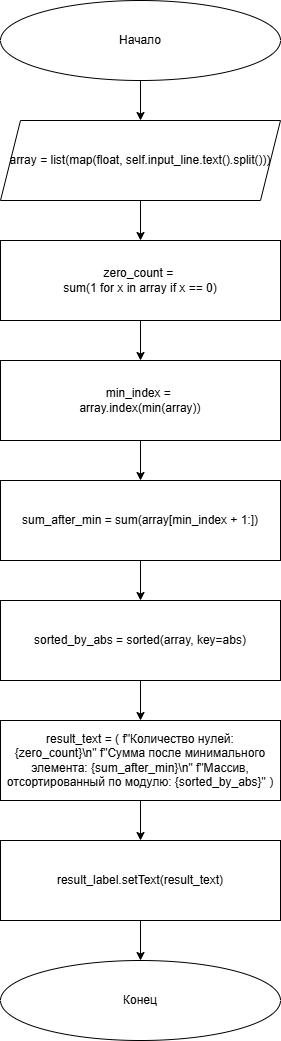
This is PR2/Задание 1/src/block.drawio.png from qniman/UP01_DONE, a draw.io export, as it was before one commit. Source tidied: cells renumbered, new cells last; positions are measured from the earlier drawing's top-left corner, leaving out a move shared by most shapes. Source of this version:
```xml
<mxGraphModel>
  <root>
    <mxCell id="0" />
    <mxCell id="1" parent="0" />
    <mxCell id="2" style="edgeStyle=orthogonalEdgeStyle;rounded=0;jettySize=auto;html=1;" parent="1" edge="1" source="3" target="5">
      <mxGeometry relative="1" as="geometry" />
    </mxCell>
    <mxCell id="3" value="Начало" style="ellipse;whiteSpace=wrap;html=1;" parent="1" vertex="1">
      <mxGeometry width="280" height="80" as="geometry" />
    </mxCell>
    <mxCell id="4" style="edgeStyle=orthogonalEdgeStyle;rounded=0;jettySize=auto;html=1;" parent="1" edge="1" source="5" target="7">
      <mxGeometry relative="1" as="geometry" />
    </mxCell>
    <mxCell id="5" value="array = list(map(float, self.input_line.text().split()))" style="shape=parallelogram;perimeter=parallelogramPerimeter;whiteSpace=wrap;html=1;fixedSize=1;" parent="1" vertex="1">
      <mxGeometry y="120" width="280" height="80" as="geometry" />
    </mxCell>
    <mxCell id="6" style="edgeStyle=orthogonalEdgeStyle;rounded=0;jettySize=auto;html=1;" parent="1" edge="1" source="7" target="9">
      <mxGeometry relative="1" as="geometry" />
    </mxCell>
    <mxCell id="7" value="zero_count =&amp;nbsp;&lt;div&gt;sum(1 for x in array if x == 0)&lt;/div&gt;" style="rounded=0;whiteSpace=wrap;html=1;" parent="1" vertex="1">
      <mxGeometry y="240" width="280" height="80" as="geometry" />
    </mxCell>
    <mxCell id="8" style="edgeStyle=orthogonalEdgeStyle;rounded=0;jettySize=auto;html=1;" parent="1" edge="1" source="9" target="11">
      <mxGeometry relative="1" as="geometry" />
    </mxCell>
    <mxCell id="9" value="min_index =&amp;nbsp;&lt;div&gt;array.index(min(array))&lt;/div&gt;" style="rounded=0;whiteSpace=wrap;html=1;" parent="1" vertex="1">
      <mxGeometry y="360" width="280" height="80" as="geometry" />
    </mxCell>
    <mxCell id="10" style="edgeStyle=orthogonalEdgeStyle;rounded=0;jettySize=auto;html=1;" parent="1" edge="1" source="11" target="13">
      <mxGeometry relative="1" as="geometry" />
    </mxCell>
    <mxCell id="11" value="sum_after_min = sum(array[min_index + 1:])" style="rounded=0;whiteSpace=wrap;html=1;" parent="1" vertex="1">
      <mxGeometry y="480" width="280" height="80" as="geometry" />
    </mxCell>
    <mxCell id="12" style="edgeStyle=orthogonalEdgeStyle;rounded=0;jettySize=auto;html=1;" parent="1" edge="1" source="13" target="15">
      <mxGeometry relative="1" as="geometry" />
    </mxCell>
    <mxCell id="13" value="sorted_by_abs = sorted(array, key=abs)" style="rounded=0;whiteSpace=wrap;html=1;" parent="1" vertex="1">
      <mxGeometry y="600" width="280" height="80" as="geometry" />
    </mxCell>
    <mxCell id="14" style="edgeStyle=orthogonalEdgeStyle;rounded=0;jettySize=auto;html=1;" parent="1" edge="1" source="15" target="17">
      <mxGeometry relative="1" as="geometry" />
    </mxCell>
    <mxCell id="15" value="&lt;div&gt;result_text = (&amp;nbsp;&lt;span style=&quot;background-color: transparent; color: light-dark(rgb(0, 0, 0), rgb(255, 255, 255));&quot;&gt;f&quot;Количество нулей: {zero_count}\n&quot;&amp;nbsp;&lt;/span&gt;&lt;span style=&quot;background-color: transparent; color: light-dark(rgb(0, 0, 0), rgb(255, 255, 255));&quot;&gt;f&quot;Сумма после минимального элемента: {sum_after_min}\n&quot;&amp;nbsp;&lt;/span&gt;&lt;span style=&quot;background-color: transparent; color: light-dark(rgb(0, 0, 0), rgb(255, 255, 255));&quot;&gt;f&quot;Массив, отсортированный по модулю: {sorted_by_abs}&quot;&amp;nbsp;&lt;/span&gt;&lt;span style=&quot;background-color: transparent; color: light-dark(rgb(0, 0, 0), rgb(255, 255, 255));&quot;&gt;)&lt;/span&gt;&lt;/div&gt;" style="rounded=0;whiteSpace=wrap;html=1;" parent="1" vertex="1">
      <mxGeometry y="720" width="280" height="80" as="geometry" />
    </mxCell>
    <mxCell id="16" style="edgeStyle=orthogonalEdgeStyle;rounded=0;jettySize=auto;html=1;" parent="1" edge="1" source="17" target="18">
      <mxGeometry relative="1" as="geometry" />
    </mxCell>
    <mxCell id="17" value="result_label.setText(result_text)" style="rounded=0;whiteSpace=wrap;html=1;" parent="1" vertex="1">
      <mxGeometry y="840" width="280" height="80" as="geometry" />
    </mxCell>
    <mxCell id="18" value="Конец" style="ellipse;whiteSpace=wrap;html=1;" parent="1" vertex="1">
      <mxGeometry y="960" width="280" height="80" as="geometry" />
    </mxCell>
  </root>
</mxGraphModel>
```
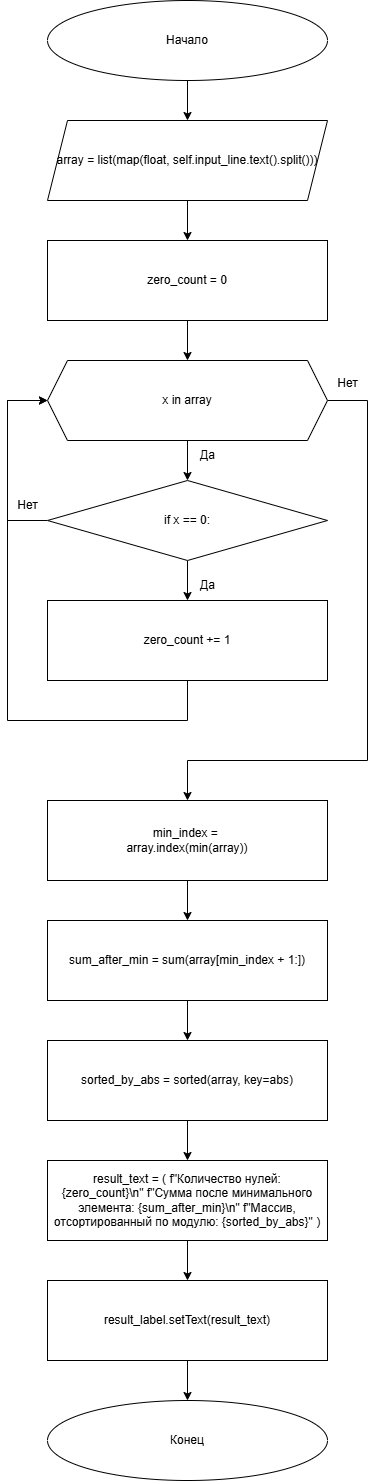
Above is the later version.

The edit, as a diff of the source:
```diff
@@ -6,20 +6,14 @@
       <mxGeometry relative="1" as="geometry" />
     </mxCell>
     <mxCell id="3" value="Начало" style="ellipse;whiteSpace=wrap;html=1;" parent="1" vertex="1">
-      <mxGeometry width="280" height="80" as="geometry" />
+      <mxGeometry y="-440" width="280" height="80" as="geometry" />
     </mxCell>
-    <mxCell id="4" style="edgeStyle=orthogonalEdgeStyle;rounded=0;jettySize=auto;html=1;" parent="1" edge="1" source="5" target="7">
-      <mxGeometry relative="1" as="geometry" />
-    </mxCell>
+    <mxCell id="19" style="edgeStyle=orthogonalEdgeStyle;rounded=0;jettySize=auto;html=1;" parent="1" edge="1" source="5" target="21">
+      <mxGeometry relative="1" as="geometry" />
+    </mxCell>
     <mxCell id="5" value="array = list(map(float, self.input_line.text().split()))" style="shape=parallelogram;perimeter=parallelogramPerimeter;whiteSpace=wrap;html=1;fixedSize=1;" parent="1" vertex="1">
-      <mxGeometry y="120" width="280" height="80" as="geometry" />
+      <mxGeometry y="-320" width="280" height="80" as="geometry" />
     </mxCell>
-    <mxCell id="6" style="edgeStyle=orthogonalEdgeStyle;rounded=0;jettySize=auto;html=1;" parent="1" edge="1" source="7" target="9">
-      <mxGeometry relative="1" as="geometry" />
-    </mxCell>
-    <mxCell id="7" value="zero_count =&amp;nbsp;&lt;div&gt;sum(1 for x in array if x == 0)&lt;/div&gt;" style="rounded=0;whiteSpace=wrap;html=1;" parent="1" vertex="1">
-      <mxGeometry y="240" width="280" height="80" as="geometry" />
-    </mxCell>
     <mxCell id="8" style="edgeStyle=orthogonalEdgeStyle;rounded=0;jettySize=auto;html=1;" parent="1" edge="1" source="9" target="11">
       <mxGeometry relative="1" as="geometry" />
     </mxCell>
@@ -53,5 +47,64 @@
     <mxCell id="18" value="Конец" style="ellipse;whiteSpace=wrap;html=1;" parent="1" vertex="1">
       <mxGeometry y="960" width="280" height="80" as="geometry" />
     </mxCell>
+    <mxCell id="20" style="edgeStyle=orthogonalEdgeStyle;rounded=0;jettySize=auto;html=1;" parent="1" edge="1" source="21" target="24">
+      <mxGeometry relative="1" as="geometry" />
+    </mxCell>
+    <mxCell id="21" value="zero_count = 0" style="rounded=0;whiteSpace=wrap;html=1;" parent="1" vertex="1">
+      <mxGeometry y="-200" width="280" height="80" as="geometry" />
+    </mxCell>
+    <mxCell id="22" style="edgeStyle=orthogonalEdgeStyle;rounded=0;jettySize=auto;html=1;" parent="1" edge="1" source="24" target="27">
+      <mxGeometry relative="1" as="geometry" />
+    </mxCell>
+    <mxCell id="23" style="edgeStyle=orthogonalEdgeStyle;rounded=0;jettySize=auto;html=1;" parent="1" edge="1" source="24" target="9">
+      <mxGeometry relative="1" as="geometry">
+        <Array as="points">
+          <mxPoint x="320" y="-40" />
+          <mxPoint x="320" y="320" />
+          <mxPoint x="140" y="320" />
+        </Array>
+      </mxGeometry>
+    </mxCell>
+    <mxCell id="24" value="x in array" style="shape=hexagon;perimeter=hexagonPerimeter2;whiteSpace=wrap;html=1;fixedSize=1;" parent="1" vertex="1">
+      <mxGeometry y="-80" width="280" height="80" as="geometry" />
+    </mxCell>
+    <mxCell id="25" style="edgeStyle=orthogonalEdgeStyle;rounded=0;jettySize=auto;html=1;" parent="1" edge="1" source="27" target="29">
+      <mxGeometry relative="1" as="geometry" />
+    </mxCell>
+    <mxCell id="26" style="edgeStyle=orthogonalEdgeStyle;rounded=0;jettySize=auto;html=1;" parent="1" edge="1" source="27" target="24">
+      <mxGeometry relative="1" as="geometry">
+        <Array as="points">
+          <mxPoint x="-40" y="80" />
+          <mxPoint x="-40" y="-40" />
+        </Array>
+      </mxGeometry>
+    </mxCell>
+    <mxCell id="27" value="if x == 0:" style="rhombus;whiteSpace=wrap;html=1;" parent="1" vertex="1">
+      <mxGeometry y="40" width="280" height="80" as="geometry" />
+    </mxCell>
+    <mxCell id="28" style="edgeStyle=orthogonalEdgeStyle;rounded=0;jettySize=auto;html=1;" parent="1" edge="1" source="29" target="24">
+      <mxGeometry relative="1" as="geometry">
+        <Array as="points">
+          <mxPoint x="140" y="280" />
+          <mxPoint x="-40" y="280" />
+          <mxPoint x="-40" y="-40" />
+        </Array>
+      </mxGeometry>
+    </mxCell>
+    <mxCell id="29" value="zero_count += 1" style="rounded=0;whiteSpace=wrap;html=1;" parent="1" vertex="1">
+      <mxGeometry y="160" width="280" height="80" as="geometry" />
+    </mxCell>
+    <mxCell id="30" value="Да" style="text;html=1;align=center;verticalAlign=middle;strokeColor=none;fillColor=none;" parent="1" vertex="1">
+      <mxGeometry x="140" y="130" width="40" height="30" as="geometry" />
+    </mxCell>
+    <mxCell id="31" value="Нет" style="text;html=1;align=center;verticalAlign=middle;strokeColor=none;fillColor=none;" parent="1" vertex="1">
+      <mxGeometry x="-40" y="50" width="40" height="30" as="geometry" />
+    </mxCell>
+    <mxCell id="32" value="Да" style="text;html=1;align=center;verticalAlign=middle;strokeColor=none;fillColor=none;" parent="1" vertex="1">
+      <mxGeometry x="140" width="40" height="30" as="geometry" />
+    </mxCell>
+    <mxCell id="33" value="Нет" style="text;html=1;align=center;verticalAlign=middle;strokeColor=none;fillColor=none;" parent="1" vertex="1">
+      <mxGeometry x="280" y="-72" width="40" height="30" as="geometry" />
+    </mxCell>
   </root>
 </mxGraphModel>
```
